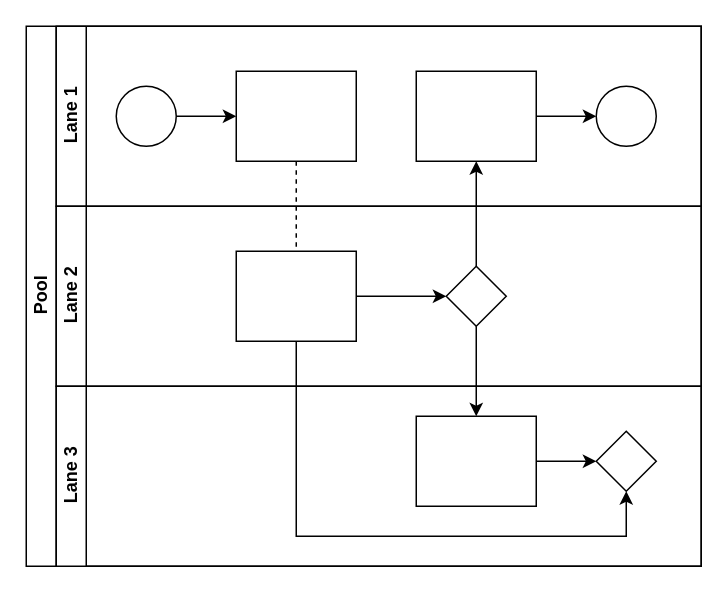
HarrisonFang2000/Drawio keeps this draw.io diagram as C++/Untitled Diagram.drawio. Above is the earlier version. Source tidied: cells renumbered, new cells numbered last; positions are measured from the earlier drawing's top-left corner, leaving out a move shared by most shapes. Both pictures are drawn from the tidied source at 150%, with x=0, y=0 at pixel (26, 26).
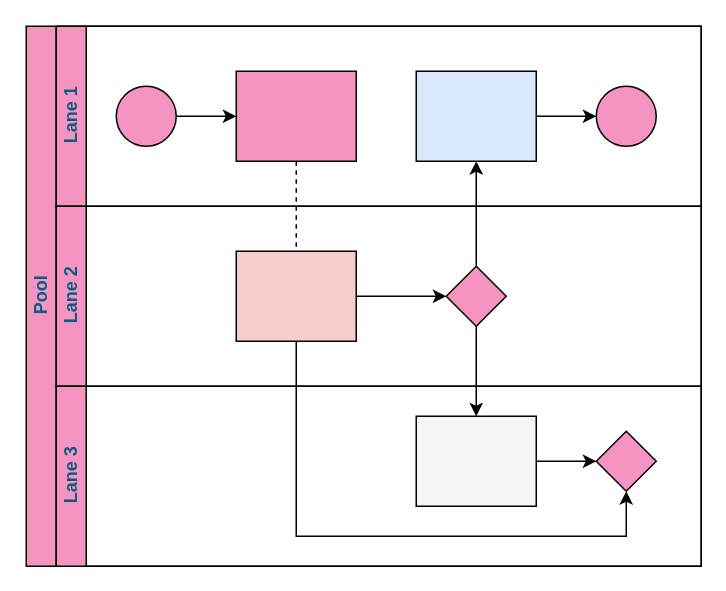
The same page after the edit.

What changed in the source:
```diff
@@
-    <mxCell id="2" value="Pool" style="swimlane;html=1;horizontal=0;startSize=20;" parent="1" vertex="1">
+    <mxCell id="2" value="Pool" style="swimlane;html=1;horizontal=0;startSize=20;rounded=0;fillColor=#F694C1;strokeColor=#000000;fontColor=#095C86;" parent="1" vertex="1">
       <mxGeometry width="450" height="360" as="geometry" />
     </mxCell>
-    <mxCell id="3" style="edgeStyle=orthogonalEdgeStyle;rounded=0;jettySize=auto;html=1;dashed=1;endArrow=none;endFill=0;" parent="2" edge="1" source="10" target="16">
+    <mxCell id="3" style="edgeStyle=orthogonalEdgeStyle;rounded=0;jettySize=auto;html=1;dashed=1;endArrow=none;endFill=0;strokeColor=#000000;fontColor=#095C86;" parent="2" edge="1" source="10" target="16">
       <mxGeometry relative="1" as="geometry" />
     </mxCell>
-    <mxCell id="4" style="edgeStyle=orthogonalEdgeStyle;rounded=0;jettySize=auto;html=1;endArrow=classic;endFill=1;" parent="2" edge="1" source="17" target="12">
+    <mxCell id="4" style="edgeStyle=orthogonalEdgeStyle;rounded=0;jettySize=auto;html=1;endArrow=classic;endFill=1;strokeColor=#000000;fontColor=#095C86;" parent="2" edge="1" source="17" target="12">
       <mxGeometry relative="1" as="geometry" />
     </mxCell>
-    <mxCell id="5" style="edgeStyle=orthogonalEdgeStyle;rounded=0;jettySize=auto;html=1;endArrow=classic;endFill=1;" parent="2" edge="1" source="17" target="20">
+    <mxCell id="5" style="edgeStyle=orthogonalEdgeStyle;rounded=0;jettySize=auto;html=1;endArrow=classic;endFill=1;strokeColor=#000000;fontColor=#095C86;" parent="2" edge="1" source="17" target="20">
       <mxGeometry relative="1" as="geometry" />
     </mxCell>
-    <mxCell id="6" style="edgeStyle=orthogonalEdgeStyle;rounded=0;jettySize=auto;html=1;endArrow=classic;endFill=1;" parent="2" edge="1" source="16" target="21">
+    <mxCell id="6" style="edgeStyle=orthogonalEdgeStyle;rounded=0;jettySize=auto;html=1;endArrow=classic;endFill=1;strokeColor=#000000;fontColor=#095C86;" parent="2" edge="1" source="16" target="21">
       <mxGeometry relative="1" as="geometry">
         <Array as="points">
           <mxPoint x="180" y="340" />
           <mxPoint x="400" y="340" />
         </Array>
       </mxGeometry>
     </mxCell>
-    <mxCell id="7" value="Lane 1" style="swimlane;html=1;startSize=20;horizontal=0;" parent="2" vertex="1">
+    <mxCell id="7" value="Lane 1" style="swimlane;html=1;startSize=20;horizontal=0;rounded=0;fillColor=#F694C1;strokeColor=#000000;fontColor=#095C86;" parent="2" vertex="1">
       <mxGeometry x="20" width="430" height="120" as="geometry" />
     </mxCell>
-    <mxCell id="8" style="edgeStyle=orthogonalEdgeStyle;rounded=0;jettySize=auto;html=1;" parent="7" edge="1" source="9" target="10">
+    <mxCell id="8" style="edgeStyle=orthogonalEdgeStyle;rounded=0;jettySize=auto;html=1;strokeColor=#000000;fontColor=#095C86;" parent="7" edge="1" source="9" target="10">
       <mxGeometry relative="1" as="geometry" />
     </mxCell>
-    <mxCell id="9" style="ellipse;whiteSpace=wrap;html=1;" parent="7" vertex="1">
+    <mxCell id="9" style="ellipse;whiteSpace=wrap;html=1;rounded=0;fillColor=#F694C1;strokeColor=#000000;fontColor=#095C86;" parent="7" vertex="1">
       <mxGeometry x="40" y="40" width="40" height="40" as="geometry" />
     </mxCell>
-    <mxCell id="10" style="rounded=0;whiteSpace=wrap;html=1;fontFamily=Helvetica;fontSize=12;fontColor=#000000;align=center;" parent="7" vertex="1">
+    <mxCell id="10" style="rounded=0;whiteSpace=wrap;html=1;fontFamily=Helvetica;fontSize=12;fontColor=#095C86;align=center;fillColor=#F694C1;strokeColor=#000000;glass=0;" parent="7" vertex="1">
       <mxGeometry x="120" y="30" width="80" height="60" as="geometry" />
     </mxCell>
-    <mxCell id="11" style="edgeStyle=orthogonalEdgeStyle;rounded=0;jettySize=auto;html=1;endArrow=classic;endFill=1;" parent="7" edge="1" source="12" target="13">
+    <mxCell id="11" style="edgeStyle=orthogonalEdgeStyle;rounded=0;jettySize=auto;html=1;endArrow=classic;endFill=1;strokeColor=#000000;fontColor=#095C86;" parent="7" edge="1" source="12" target="13">
       <mxGeometry relative="1" as="geometry" />
     </mxCell>
-    <mxCell id="12" style="rounded=0;whiteSpace=wrap;html=1;fontFamily=Helvetica;fontSize=12;fontColor=#000000;align=center;" parent="7" vertex="1">
+    <mxCell id="12" style="rounded=0;whiteSpace=wrap;html=1;fontFamily=Helvetica;fontSize=12;align=center;fillColor=#dae8fc;strokeColor=#000000;" parent="7" vertex="1">
       <mxGeometry x="240" y="30" width="80" height="60" as="geometry" />
     </mxCell>
-    <mxCell id="13" style="ellipse;whiteSpace=wrap;html=1;" parent="7" vertex="1">
+    <mxCell id="13" style="ellipse;whiteSpace=wrap;html=1;rounded=0;fillColor=#F694C1;strokeColor=#000000;fontColor=#095C86;" parent="7" vertex="1">
       <mxGeometry x="360" y="40" width="40" height="40" as="geometry" />
     </mxCell>
-    <mxCell id="14" value="Lane 2" style="swimlane;html=1;startSize=20;horizontal=0;" parent="2" vertex="1">
+    <mxCell id="14" value="Lane 2" style="swimlane;html=1;startSize=20;horizontal=0;rounded=0;fillColor=#F694C1;strokeColor=#000000;fontColor=#095C86;" parent="2" vertex="1">
       <mxGeometry x="20" y="120" width="430" height="120" as="geometry" />
     </mxCell>
-    <mxCell id="15" style="edgeStyle=orthogonalEdgeStyle;rounded=0;jettySize=auto;html=1;endArrow=classic;endFill=1;" parent="14" edge="1" source="16" target="17">
+    <mxCell id="15" style="edgeStyle=orthogonalEdgeStyle;rounded=0;jettySize=auto;html=1;endArrow=classic;endFill=1;strokeColor=#000000;fontColor=#095C86;" parent="14" edge="1" source="16" target="17">
       <mxGeometry relative="1" as="geometry" />
     </mxCell>
-    <mxCell id="16" style="rounded=0;whiteSpace=wrap;html=1;fontFamily=Helvetica;fontSize=12;fontColor=#000000;align=center;" parent="14" vertex="1">
+    <mxCell id="16" style="rounded=0;whiteSpace=wrap;html=1;fontFamily=Helvetica;fontSize=12;align=center;fillColor=#f8cecc;strokeColor=#000000;" parent="14" vertex="1">
       <mxGeometry x="120" y="30" width="80" height="60" as="geometry" />
     </mxCell>
-    <mxCell id="17" style="rhombus;whiteSpace=wrap;html=1;fontFamily=Helvetica;fontSize=12;fontColor=#000000;align=center;" parent="14" vertex="1">
+    <mxCell id="17" style="rhombus;whiteSpace=wrap;html=1;fontFamily=Helvetica;fontSize=12;fontColor=#095C86;align=center;rounded=0;fillColor=#F694C1;strokeColor=#000000;" parent="14" vertex="1">
       <mxGeometry x="260" y="40" width="40" height="40" as="geometry" />
     </mxCell>
-    <mxCell id="18" value="Lane 3" style="swimlane;html=1;startSize=20;horizontal=0;" parent="2" vertex="1">
+    <mxCell id="18" value="Lane 3" style="swimlane;html=1;startSize=20;horizontal=0;rounded=0;fillColor=#F694C1;strokeColor=#000000;fontColor=#095C86;" parent="2" vertex="1">
       <mxGeometry x="20" y="240" width="430" height="120" as="geometry" />
     </mxCell>
-    <mxCell id="19" style="edgeStyle=orthogonalEdgeStyle;rounded=0;jettySize=auto;html=1;endArrow=classic;endFill=1;" parent="18" edge="1" source="20" target="21">
+    <mxCell id="19" style="edgeStyle=orthogonalEdgeStyle;rounded=0;jettySize=auto;html=1;endArrow=classic;endFill=1;strokeColor=#000000;fontColor=#095C86;" parent="18" edge="1" source="20" target="21">
       <mxGeometry relative="1" as="geometry" />
     </mxCell>
-    <mxCell id="20" style="rounded=0;whiteSpace=wrap;html=1;fontFamily=Helvetica;fontSize=12;fontColor=#000000;align=center;" parent="18" vertex="1">
+    <mxCell id="20" style="rounded=0;whiteSpace=wrap;html=1;fontFamily=Helvetica;fontSize=12;fontColor=#333333;align=center;fillColor=#f5f5f5;strokeColor=#000000;" parent="18" vertex="1">
       <mxGeometry x="240" y="20" width="80" height="60" as="geometry" />
     </mxCell>
-    <mxCell id="21" style="rhombus;whiteSpace=wrap;html=1;fontFamily=Helvetica;fontSize=12;fontColor=#000000;align=center;" parent="18" vertex="1">
+    <mxCell id="21" style="rhombus;whiteSpace=wrap;html=1;fontFamily=Helvetica;fontSize=12;fontColor=#095C86;align=center;rounded=0;fillColor=#F694C1;strokeColor=#000000;" parent="18" vertex="1">
       <mxGeometry x="360" y="30" width="40" height="40" as="geometry" />
     </mxCell>
```
